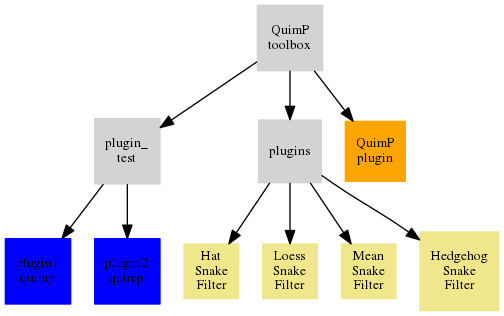
Earlier version of the Graphviz export Doxygen_doc/maven-structure.png (CellDynamics/QuimP). Its source is kept beside it as Doxygen_doc/maven-structure.dot.
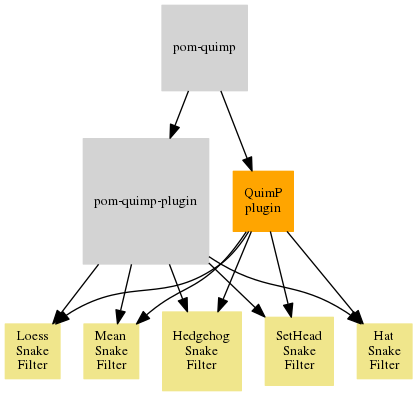
After the change.

What changed in the source:
```diff
@@ -1,23 +1,24 @@
 digraph G {
 node [shape = square,fontsize=10];
-qt [color=lightgray,style=filled,label="QuimP\ntoolbox"];
-pt [color=lightgray,style=filled,label="plugin_\ntest"];
-p [color=lightgray,style=filled,label="plugins"];
-qp [label="QuimP\nplugin",color=Orange,style=filled];
-p1 [label="plugin1\nquimp",color=Blue,style=filled];
-p2 [label="plugin2\nquimp",color=Blue,style=filled];
-H [label="Hat\nSnake\nFilter",color=Khaki,style=filled];
-L [label="Loess\nSnake\nFilter",color=Khaki,style=filled];
-M [label="Mean\nSnake\nFilter",color=Khaki,style=filled];
-HE [label="Hedgehog\nSnake\nFilter",color=Khaki,style=filled];
+pomquimp [color=lightgray,style=filled,label="pom-quimp"];
+pomquimpplugin [color=lightgray,style=filled,label="pom-quimp-plugin"];
+QuimP [label="QuimP\nplugin",color=Orange,style=filled];
+HatSnakeFilter_quimp [label="Hat\nSnake\nFilter",color=Khaki,style=filled];
+LoessSnakeFilter_quimp [label="Loess\nSnake\nFilter",color=Khaki,style=filled];
+MeanSnakeFilter_quimp [label="Mean\nSnake\nFilter",color=Khaki,style=filled];
+HedgehogSnakeFilter_quimp [label="Hedgehog\nSnake\nFilter",color=Khaki,style=filled];
+SetHeadSnakeFilter_quimp [label="SetHead\nSnake\nFilter",color=Khaki,style=filled];
 
-qt->qp
-qt->pt
-qt->p
-pt->p1
-pt->p2
-p->H
-p->L
-p->M
-p->HE
+pomquimp->QuimP
+pomquimp->pomquimpplugin
+pomquimpplugin->HatSnakeFilter_quimp
+pomquimpplugin->LoessSnakeFilter_quimp
+pomquimpplugin->MeanSnakeFilter_quimp
+pomquimpplugin->HedgehogSnakeFilter_quimp
+pomquimpplugin->SetHeadSnakeFilter_quimp
+QuimP->HatSnakeFilter_quimp
+QuimP->LoessSnakeFilter_quimp
+QuimP->MeanSnakeFilter_quimp
+QuimP->HedgehogSnakeFilter_quimp
+QuimP->SetHeadSnakeFilter_quimp
 }
```
